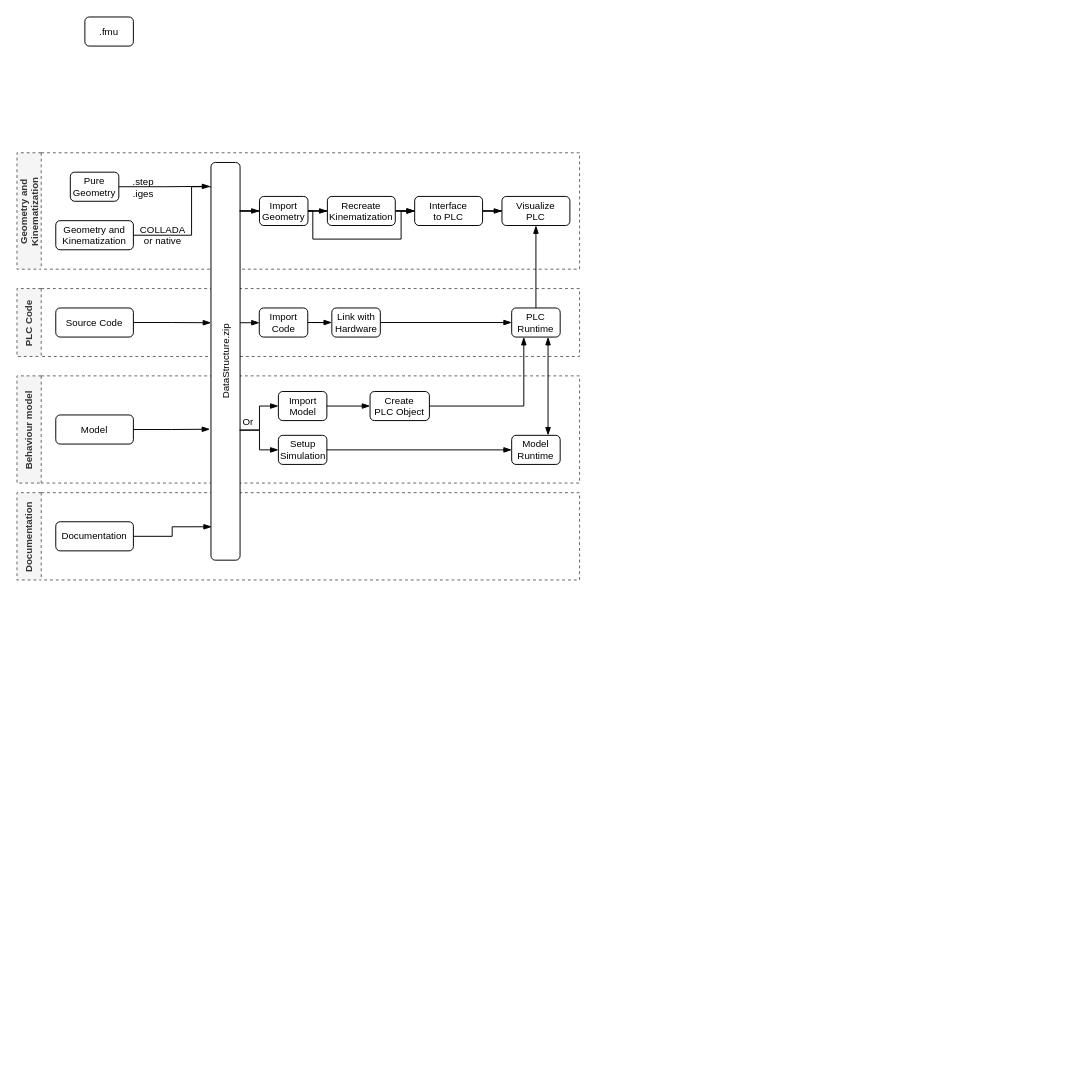
The draw.io diagram page "GeneralWorkflow" (4 of 7) of 0_Master Thesis/Bilder.drawio in gd8213/MasterThesis, before the edit. Source tidied: cells renumbered, new cells numbered last; positions are measured from the earlier drawing's top-left corner, leaving out a move shared by most shapes. Both pictures are drawn from the tidied source at 97%, with x=0, y=0 at pixel (16, 16).
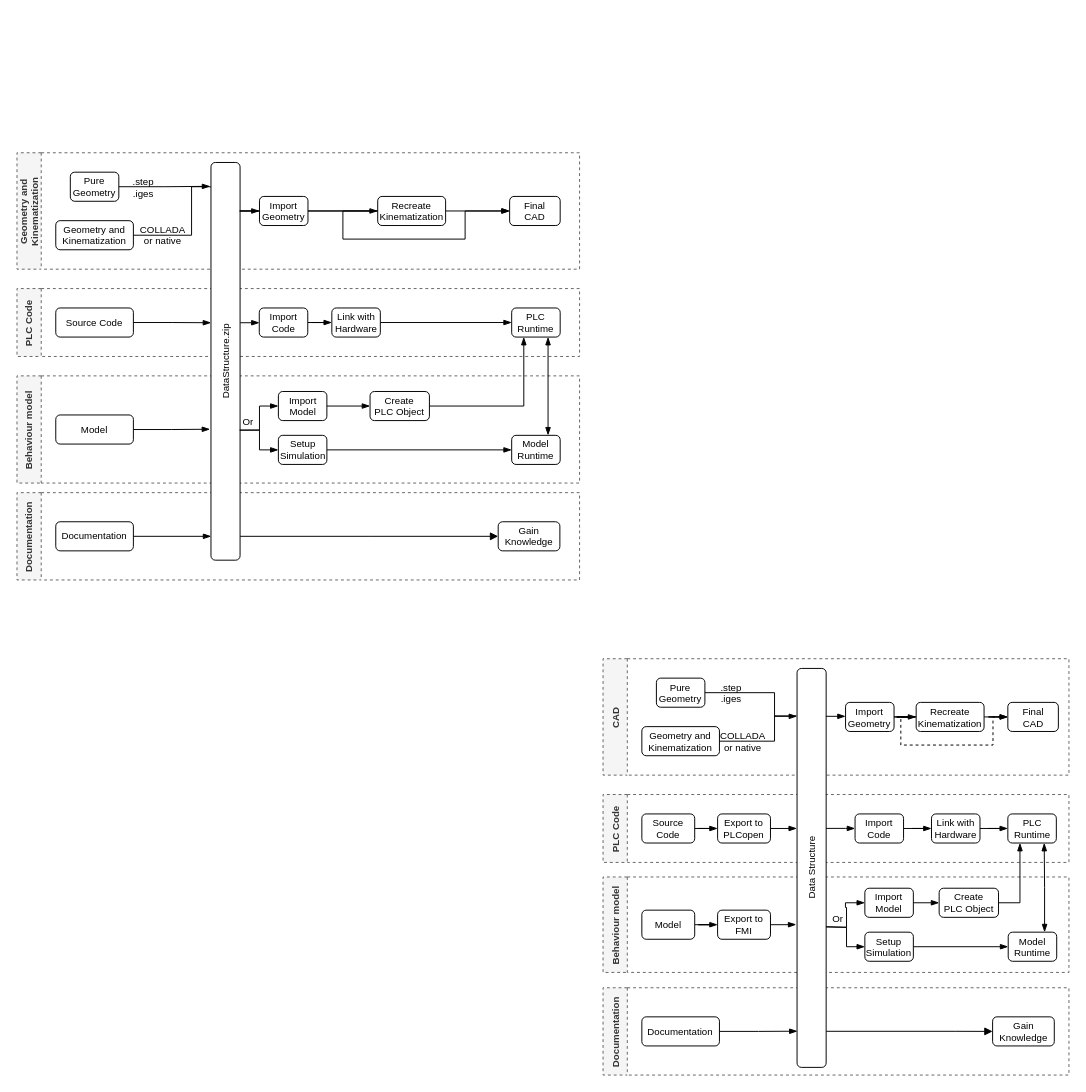
The same page after the edit.

The change refers to these unchanged cells:
```xml
<mxCell id="3" value="Geometry and&#10;Kinematization" style="swimlane;horizontal=0;fontSize=10;strokeColor=#666666;startSize=25;fillColor=#f5f5f5;fontColor=#333333;dashed=1;" parent="1" vertex="1">
  <mxGeometry y="140" width="580" height="120" as="geometry" />
</mxCell>
<mxCell id="8" value="Import&lt;br&gt;Geometry" style="rounded=1;whiteSpace=wrap;html=1;fontSize=10;" parent="3" vertex="1">
  <mxGeometry x="250" y="45" width="50" height="30" as="geometry" />
</mxCell>
<mxCell id="20" value="PLC&lt;br&gt;Runtime" style="rounded=1;whiteSpace=wrap;html=1;fontSize=10;" parent="14" vertex="1">
  <mxGeometry x="510" y="20" width="50" height="30" as="geometry" />
</mxCell>
<mxCell id="27" value="Documentation" style="swimlane;horizontal=0;fontSize=10;strokeColor=#666666;startSize=25;fillColor=#f5f5f5;fontColor=#333333;dashed=1;" parent="1" vertex="1">
  <mxGeometry y="490.4" width="580" height="90" as="geometry" />
</mxCell>
<mxCell id="28" value="Documentation" style="rounded=1;whiteSpace=wrap;html=1;fontSize=10;" parent="27" vertex="1">
  <mxGeometry x="40" y="30" width="80" height="30" as="geometry" />
</mxCell>
<mxCell id="34" value="&lt;div&gt;&lt;span&gt;DataStructure.zip&lt;/span&gt;&lt;/div&gt;" style="rounded=1;whiteSpace=wrap;html=1;fontSize=10;strokeColor=#000000;align=center;horizontal=0;" parent="1" vertex="1">
  <mxGeometry x="200" y="150" width="30" height="410" as="geometry" />
</mxCell>
```

What changed in the source:
```diff
@@
-    <mxCell id="2" value=".fmu" style="rounded=1;whiteSpace=wrap;html=1;fontSize=10;" parent="1" vertex="1">
-      <mxGeometry x="70" width="50" height="30" as="geometry" />
-    </mxCell>
@@
-    <mxCell id="7" style="edgeStyle=orthogonalEdgeStyle;rounded=0;jettySize=auto;html=1;entryX=0;entryY=0.5;entryDx=0;entryDy=0;labelBackgroundColor=none;fontSize=10;startArrow=none;startFill=0;endArrow=blockThin;endFill=1;" parent="3" edge="1" source="8" target="12">
+    <mxCell id="7" style="edgeStyle=orthogonalEdgeStyle;rounded=0;jettySize=auto;html=1;entryX=0;entryY=0.5;entryDx=0;entryDy=0;labelBackgroundColor=none;fontSize=10;startArrow=none;startFill=0;endArrow=blockThin;endFill=1;" parent="3" edge="1" source="10" target="12">
       <mxGeometry relative="1" as="geometry">
         <Array as="points">
-          <mxPoint x="305" y="60" />
-          <mxPoint x="305" y="89" />
-          <mxPoint x="396" y="89" />
-          <mxPoint x="396" y="60" />
+          <mxPoint x="336" y="60" />
+          <mxPoint x="336" y="89" />
+          <mxPoint x="462" y="89" />
+          <mxPoint x="462" y="60" />
         </Array>
       </mxGeometry>
     </mxCell>
@@
+    <mxCell id="12" value="Final&lt;br&gt;CAD" style="rounded=1;whiteSpace=wrap;html=1;fontSize=10;" parent="3" vertex="1">
+      <mxGeometry x="507.9" y="45" width="52.1" height="30" as="geometry" />
+    </mxCell>
     <mxCell id="10" value="Recreate&lt;br&gt;Kinematization" style="rounded=1;whiteSpace=wrap;html=1;fontSize=10;" parent="3" vertex="1">
-      <mxGeometry x="320" y="45" width="70" height="30" as="geometry" />
+      <mxGeometry x="371.9" y="45" width="70" height="30" as="geometry" />
     </mxCell>
-    <mxCell id="11" style="edgeStyle=orthogonalEdgeStyle;rounded=0;jettySize=auto;html=1;entryX=0;entryY=0.5;entryDx=0;entryDy=0;labelBackgroundColor=none;fontSize=10;startArrow=none;startFill=0;endArrow=blockThin;endFill=1;" parent="3" edge="1" source="12" target="13">
-      <mxGeometry relative="1" as="geometry" />
-    </mxCell>
-    <mxCell id="12" value="Interface&lt;br&gt;to PLC" style="rounded=1;whiteSpace=wrap;html=1;fontSize=10;" parent="3" vertex="1">
-      <mxGeometry x="410" y="45" width="70" height="30" as="geometry" />
-    </mxCell>
-    <mxCell id="13" value="Visualize&lt;br&gt;PLC" style="rounded=1;whiteSpace=wrap;html=1;fontSize=10;" parent="3" vertex="1">
-      <mxGeometry x="500" y="45" width="70" height="30" as="geometry" />
-    </mxCell>
+    <mxCell id="45" style="edgeStyle=orthogonalEdgeStyle;rounded=0;jettySize=auto;html=1;entryX=0;entryY=0.5;entryDx=0;entryDy=0;labelBackgroundColor=none;fontSize=10;startArrow=none;startFill=0;endArrow=none;endFill=1;" parent="3" edge="1" source="8" target="10">
+      <mxGeometry relative="1" as="geometry" />
+    </mxCell>
@@
+    <mxCell id="46" value="Gain&lt;br&gt;Knowledge" style="rounded=1;whiteSpace=wrap;html=1;fontSize=10;" parent="27" vertex="1">
+      <mxGeometry x="496.1" y="30" width="63.6" height="30" as="geometry" />
+    </mxCell>
@@
-    <mxCell id="32" style="edgeStyle=orthogonalEdgeStyle;rounded=0;jettySize=auto;html=1;labelBackgroundColor=none;fontSize=10;startArrow=none;startFill=0;endArrow=blockThin;endFill=1;entryX=0.025;entryY=0.916;entryDx=0;entryDy=0;entryPerimeter=0;" parent="1" edge="1" source="28" target="34">
+    <mxCell id="32" style="edgeStyle=orthogonalEdgeStyle;rounded=0;jettySize=auto;html=1;labelBackgroundColor=none;fontSize=10;startArrow=none;startFill=0;endArrow=blockThin;endFill=1;entryX=0.007;entryY=0.94;entryDx=0;entryDy=0;entryPerimeter=0;" parent="1" edge="1" source="28" target="34">
       <mxGeometry relative="1" as="geometry" />
     </mxCell>
@@
+    <mxCell id="47" style="edgeStyle=orthogonalEdgeStyle;rounded=0;jettySize=auto;html=1;entryX=0;entryY=0.5;entryDx=0;entryDy=0;fontSize=9;endArrow=block;endFill=1;elbow=vertical;" parent="1" edge="1" source="34" target="46">
+      <mxGeometry relative="1" as="geometry">
+        <Array as="points">
+          <mxPoint x="363" y="535" />
+        </Array>
+      </mxGeometry>
+    </mxCell>
@@
-    <mxCell id="37" style="edgeStyle=orthogonalEdgeStyle;rounded=0;jettySize=auto;html=1;entryX=0.5;entryY=1;entryDx=0;entryDy=0;labelBackgroundColor=none;fontSize=10;startArrow=none;startFill=0;endArrow=blockThin;endFill=1;" parent="1" edge="1" source="20" target="13">
-      <mxGeometry relative="1" as="geometry" />
-    </mxCell>
@@
+    <mxCell id="48" value="CAD" style="swimlane;horizontal=0;fontSize=10;strokeColor=#666666;startSize=25;fillColor=#f5f5f5;fontColor=#333333;dashed=1;" parent="1" vertex="1">
+      <mxGeometry x="604.2" y="661.6" width="480.3" height="120" as="geometry" />
+    </mxCell>
+    <mxCell id="49" value="Pure Geometry" style="rounded=1;whiteSpace=wrap;html=1;fontSize=10;" parent="48" vertex="1">
+      <mxGeometry x="55" y="20" width="50" height="30" as="geometry" />
+    </mxCell>
+    <mxCell id="50" value="Geometry and Kinematization" style="rounded=1;whiteSpace=wrap;html=1;fontSize=10;" parent="48" vertex="1">
+      <mxGeometry x="40" y="70" width="80" height="30" as="geometry" />
+    </mxCell>
+    <mxCell id="51" style="edgeStyle=orthogonalEdgeStyle;rounded=0;jettySize=auto;html=1;entryX=0;entryY=0.5;entryDx=0;entryDy=0;labelBackgroundColor=none;fontSize=10;startArrow=none;startFill=0;endArrow=blockThin;endFill=1;" parent="48" edge="1" source="53" target="56">
+      <mxGeometry relative="1" as="geometry" />
+    </mxCell>
+    <mxCell id="52" style="edgeStyle=orthogonalEdgeStyle;rounded=0;jettySize=auto;html=1;entryX=0;entryY=0.5;entryDx=0;entryDy=0;labelBackgroundColor=none;fontSize=10;startArrow=none;startFill=0;endArrow=blockThin;endFill=1;dashed=1;" parent="48" edge="1" source="56" target="55">
+      <mxGeometry relative="1" as="geometry">
+        <Array as="points">
+          <mxPoint x="307" y="60" />
+          <mxPoint x="307" y="89" />
+          <mxPoint x="402" y="89" />
+          <mxPoint x="402" y="60" />
+        </Array>
+      </mxGeometry>
+    </mxCell>
+    <mxCell id="53" value="Import&lt;br&gt;Geometry" style="rounded=1;whiteSpace=wrap;html=1;fontSize=10;" parent="48" vertex="1">
+      <mxGeometry x="250" y="45" width="50" height="30" as="geometry" />
+    </mxCell>
+    <mxCell id="54" style="edgeStyle=orthogonalEdgeStyle;rounded=0;jettySize=auto;html=1;entryX=0;entryY=0.5;entryDx=0;entryDy=0;labelBackgroundColor=none;fontSize=10;startArrow=none;startFill=0;endArrow=blockThin;endFill=1;" parent="48" edge="1" source="56" target="55">
+      <mxGeometry relative="1" as="geometry" />
+    </mxCell>
+    <mxCell id="55" value="Final&lt;br&gt;CAD" style="rounded=1;whiteSpace=wrap;html=1;fontSize=10;" parent="48" vertex="1">
+      <mxGeometry x="417.3" y="45" width="52.1" height="30" as="geometry" />
+    </mxCell>
+    <mxCell id="56" value="Recreate&lt;br&gt;Kinematization" style="rounded=1;whiteSpace=wrap;html=1;fontSize=10;" parent="48" vertex="1">
+      <mxGeometry x="322.8" y="45" width="70" height="30" as="geometry" />
+    </mxCell>
+    <mxCell id="57" style="edgeStyle=orthogonalEdgeStyle;rounded=0;jettySize=auto;html=1;entryX=0;entryY=0.5;entryDx=0;entryDy=0;labelBackgroundColor=none;fontSize=10;startArrow=none;startFill=0;endArrow=none;endFill=1;" parent="48" edge="1" source="53" target="56">
+      <mxGeometry relative="1" as="geometry" />
+    </mxCell>
+    <mxCell id="58" value="PLC Code" style="swimlane;horizontal=0;fontSize=10;strokeColor=#666666;startSize=25;fillColor=#f5f5f5;fontColor=#333333;dashed=1;" parent="1" vertex="1">
+      <mxGeometry x="604.2" y="801.6" width="480.3" height="70" as="geometry" />
+    </mxCell>
+    <mxCell id="59" value="Source&lt;br&gt;Code" style="rounded=1;whiteSpace=wrap;html=1;fontSize=10;" parent="58" vertex="1">
+      <mxGeometry x="40" y="20" width="54.5" height="30" as="geometry" />
+    </mxCell>
+    <mxCell id="60" style="edgeStyle=orthogonalEdgeStyle;rounded=0;jettySize=auto;html=1;entryX=0;entryY=0.5;entryDx=0;entryDy=0;labelBackgroundColor=none;fontSize=10;startArrow=none;startFill=0;endArrow=blockThin;endFill=1;" parent="58" edge="1" source="61" target="63">
+      <mxGeometry relative="1" as="geometry" />
+    </mxCell>
+    <mxCell id="61" value="Import&lt;br&gt;Code" style="rounded=1;whiteSpace=wrap;html=1;fontSize=10;" parent="58" vertex="1">
+      <mxGeometry x="259.8" y="20" width="50" height="30" as="geometry" />
+    </mxCell>
+    <mxCell id="62" style="edgeStyle=orthogonalEdgeStyle;rounded=0;jettySize=auto;html=1;entryX=0;entryY=0.5;entryDx=0;entryDy=0;labelBackgroundColor=none;fontSize=10;startArrow=none;startFill=0;endArrow=blockThin;endFill=1;" parent="58" edge="1" source="63" target="64">
+      <mxGeometry relative="1" as="geometry" />
+    </mxCell>
+    <mxCell id="63" value="Link with Hardware" style="rounded=1;whiteSpace=wrap;html=1;fontSize=10;" parent="58" vertex="1">
+      <mxGeometry x="338.6" y="20" width="50" height="30" as="geometry" />
+    </mxCell>
+    <mxCell id="64" value="PLC&lt;br&gt;Runtime" style="rounded=1;whiteSpace=wrap;html=1;fontSize=10;" parent="58" vertex="1">
+      <mxGeometry x="417.3" y="20" width="50" height="30" as="geometry" />
+    </mxCell>
+    <mxCell id="65" value="Export to&lt;br&gt;PLCopen" style="rounded=1;whiteSpace=wrap;html=1;fontSize=10;" parent="58" vertex="1">
+      <mxGeometry x="118.1" y="20" width="54.5" height="30" as="geometry" />
+    </mxCell>
+    <mxCell id="66" style="edgeStyle=orthogonalEdgeStyle;rounded=0;jettySize=auto;html=1;entryX=0;entryY=0.5;entryDx=0;entryDy=0;labelBackgroundColor=none;fontSize=10;startArrow=none;startFill=0;endArrow=blockThin;endFill=1;" parent="58" edge="1" source="59" target="65">
+      <mxGeometry relative="1" as="geometry" />
+    </mxCell>
+    <mxCell id="67" value="Behaviour model" style="swimlane;horizontal=0;fontSize=10;strokeColor=#666666;startSize=25;fillColor=#f5f5f5;fontColor=#333333;dashed=1;" parent="1" vertex="1">
+      <mxGeometry x="604.2" y="886.6" width="480.3" height="98.4" as="geometry" />
+    </mxCell>
+    <mxCell id="68" style="edgeStyle=orthogonalEdgeStyle;rounded=0;jettySize=auto;html=1;entryX=0;entryY=0.5;entryDx=0;entryDy=0;endArrow=blockThin;endFill=1;" parent="67" edge="1" source="69" target="76">
+      <mxGeometry relative="1" as="geometry" />
+    </mxCell>
+    <mxCell id="69" value="Model" style="rounded=1;whiteSpace=wrap;html=1;fontSize=10;" parent="67" vertex="1">
+      <mxGeometry x="40" y="34.2" width="54.5" height="30" as="geometry" />
+    </mxCell>
+    <mxCell id="70" value="Import&lt;br&gt;Model" style="rounded=1;whiteSpace=wrap;html=1;fontSize=10;" parent="67" vertex="1">
+      <mxGeometry x="269.9" y="11.6" width="50" height="30" as="geometry" />
+    </mxCell>
+    <mxCell id="71" value="Setup&lt;br&gt;Simulation" style="rounded=1;whiteSpace=wrap;html=1;fontSize=10;" parent="67" vertex="1">
+      <mxGeometry x="269.9" y="56.9" width="50" height="30" as="geometry" />
+    </mxCell>
+    <mxCell id="72" value="Create&lt;br&gt;PLC Object" style="rounded=1;whiteSpace=wrap;html=1;fontSize=10;" parent="67" vertex="1">
+      <mxGeometry x="346.5" y="11.6" width="61.2" height="30" as="geometry" />
+    </mxCell>
+    <mxCell id="73" style="edgeStyle=orthogonalEdgeStyle;rounded=0;jettySize=auto;html=1;labelBackgroundColor=none;fontSize=10;startArrow=none;startFill=0;endArrow=blockThin;endFill=1;exitX=1;exitY=0.5;exitDx=0;exitDy=0;entryX=0;entryY=0.5;entryDx=0;entryDy=0;" parent="67" edge="1" source="70" target="72">
+      <mxGeometry relative="1" as="geometry" />
+    </mxCell>
+    <mxCell id="74" value="Model&lt;br&gt;Runtime" style="rounded=1;whiteSpace=wrap;html=1;fontSize=10;" parent="67" vertex="1">
+      <mxGeometry x="417.7" y="56.9" width="50" height="30" as="geometry" />
+    </mxCell>
+    <mxCell id="75" style="edgeStyle=orthogonalEdgeStyle;rounded=0;jettySize=auto;html=1;entryX=0;entryY=0.5;entryDx=0;entryDy=0;labelBackgroundColor=none;fontSize=10;startArrow=none;startFill=0;endArrow=blockThin;endFill=1;" parent="67" edge="1" source="71" target="74">
+      <mxGeometry relative="1" as="geometry" />
+    </mxCell>
+    <mxCell id="76" value="Export to&lt;br&gt;FMI" style="rounded=1;whiteSpace=wrap;html=1;fontSize=10;" parent="67" vertex="1">
+      <mxGeometry x="118.1" y="34.2" width="54.5" height="30" as="geometry" />
+    </mxCell>
+    <mxCell id="77" value="Documentation" style="swimlane;horizontal=0;fontSize=10;strokeColor=#666666;startSize=25;fillColor=#f5f5f5;fontColor=#333333;dashed=1;" parent="1" vertex="1">
+      <mxGeometry x="604.2" y="1000.8" width="480.3" height="90" as="geometry" />
+    </mxCell>
+    <mxCell id="78" value="Documentation" style="rounded=1;whiteSpace=wrap;html=1;fontSize=10;" parent="77" vertex="1">
+      <mxGeometry x="40" y="30" width="80" height="30" as="geometry" />
+    </mxCell>
+    <mxCell id="79" value="Gain&lt;br&gt;Knowledge" style="rounded=1;whiteSpace=wrap;html=1;fontSize=10;" parent="77" vertex="1">
+      <mxGeometry x="401.6" y="30" width="63.6" height="30" as="geometry" />
+    </mxCell>
+    <mxCell id="80" style="edgeStyle=orthogonalEdgeStyle;rounded=0;jettySize=auto;html=1;entryX=-0.002;entryY=0.12;entryDx=0;entryDy=0;labelBackgroundColor=none;fontSize=10;startArrow=none;startFill=0;endArrow=blockThin;endFill=1;entryPerimeter=0;" parent="1" edge="1" source="49" target="85">
+      <mxGeometry relative="1" as="geometry">
+        <Array as="points">
+          <mxPoint x="781" y="697" />
+          <mxPoint x="781" y="721" />
+        </Array>
+      </mxGeometry>
+    </mxCell>
+    <mxCell id="81" value=".step&lt;br&gt;.iges" style="edgeLabel;html=1;align=center;verticalAlign=middle;fontSize=10;labelBackgroundColor=none;" parent="80" vertex="1">
+      <mxGeometry x="-0.84" y="1" relative="1" as="geometry">
+        <mxPoint x="16" y="1" as="offset" />
+      </mxGeometry>
+    </mxCell>
+    <mxCell id="82" value="COLLADA&lt;br&gt;or native" style="edgeStyle=orthogonalEdgeStyle;rounded=0;jettySize=auto;html=1;entryX=-0.017;entryY=0.119;entryDx=0;entryDy=0;labelBackgroundColor=none;fontSize=10;startArrow=none;startFill=0;endArrow=none;endFill=0;exitX=1;exitY=0.5;exitDx=0;exitDy=0;align=center;entryPerimeter=0;" parent="1" edge="1" source="50" target="85">
+      <mxGeometry x="-0.54" relative="1" as="geometry">
+        <Array as="points">
+          <mxPoint x="781" y="747" />
+          <mxPoint x="781" y="721" />
+          <mxPoint x="804" y="721" />
+        </Array>
+      </mxGeometry>
+    </mxCell>
+    <mxCell id="83" style="edgeStyle=orthogonalEdgeStyle;rounded=0;jettySize=auto;html=1;labelBackgroundColor=none;fontSize=10;startArrow=none;startFill=0;endArrow=blockThin;endFill=1;entryX=0.014;entryY=0.919;entryDx=0;entryDy=0;entryPerimeter=0;" parent="1" edge="1" source="78">
+      <mxGeometry relative="1" as="geometry">
+        <mxPoint x="804.6" y="1045.6" as="targetPoint" />
+      </mxGeometry>
+    </mxCell>
+    <mxCell id="84" style="edgeStyle=orthogonalEdgeStyle;rounded=0;jettySize=auto;html=1;entryX=0;entryY=0.5;entryDx=0;entryDy=0;fontSize=9;endArrow=block;endFill=1;elbow=vertical;" parent="1" edge="1" target="79">
+      <mxGeometry relative="1" as="geometry">
+        <mxPoint x="834.2" y="1045.7" as="sourcePoint" />
+        <Array as="points">
+          <mxPoint x="967.2" y="1045.4" />
+        </Array>
+      </mxGeometry>
+    </mxCell>
+    <mxCell id="85" value="&lt;div&gt;&lt;span&gt;Data Structure&lt;/span&gt;&lt;/div&gt;" style="rounded=1;whiteSpace=wrap;html=1;fontSize=10;strokeColor=#000000;align=center;horizontal=0;" parent="1" vertex="1">
+      <mxGeometry x="804.2" y="671.6" width="30" height="411.3" as="geometry" />
+    </mxCell>
+    <mxCell id="86" style="edgeStyle=orthogonalEdgeStyle;rounded=0;jettySize=auto;html=1;labelBackgroundColor=none;fontSize=10;startArrow=none;startFill=0;endArrow=blockThin;endFill=1;exitX=0.991;exitY=0.12;exitDx=0;exitDy=0;exitPerimeter=0;" parent="1" edge="1" source="85" target="53">
+      <mxGeometry relative="1" as="geometry" />
+    </mxCell>
+    <mxCell id="87" style="edgeStyle=orthogonalEdgeStyle;rounded=0;jettySize=auto;html=1;labelBackgroundColor=none;fontSize=10;startArrow=none;startFill=0;endArrow=blockThin;endFill=1;exitX=0.995;exitY=0.401;exitDx=0;exitDy=0;exitPerimeter=0;" parent="1" edge="1" source="85" target="61">
+      <mxGeometry relative="1" as="geometry" />
+    </mxCell>
+    <mxCell id="88" style="edgeStyle=orthogonalEdgeStyle;rounded=0;jettySize=auto;html=1;labelBackgroundColor=none;fontSize=10;startArrow=none;startFill=0;endArrow=blockThin;endFill=1;exitX=0.989;exitY=0.673;exitDx=0;exitDy=0;exitPerimeter=0;entryX=0;entryY=0.5;entryDx=0;entryDy=0;" parent="1" edge="1" target="71">
+      <mxGeometry relative="1" as="geometry">
+        <mxPoint x="834.2" y="938" as="sourcePoint" />
+      </mxGeometry>
+    </mxCell>
+    <mxCell id="89" value="Or" style="edgeStyle=orthogonalEdgeStyle;rounded=0;jettySize=auto;html=1;labelBackgroundColor=none;fontSize=10;startArrow=none;startFill=0;endArrow=blockThin;endFill=1;exitX=0.987;exitY=0.673;exitDx=0;exitDy=0;exitPerimeter=0;verticalAlign=bottom;entryX=0;entryY=0.5;entryDx=0;entryDy=0;" parent="1" edge="1" target="70">
+      <mxGeometry x="-0.65" y="-1" relative="1" as="geometry">
+        <mxPoint x="834.2" y="938" as="sourcePoint" />
+      </mxGeometry>
+    </mxCell>
+    <mxCell id="90" style="edgeStyle=orthogonalEdgeStyle;rounded=0;jettySize=auto;html=1;entryX=0.75;entryY=1;entryDx=0;entryDy=0;labelBackgroundColor=none;fontSize=10;startArrow=blockThin;startFill=1;endArrow=blockThin;endFill=1;exitX=0.75;exitY=0;exitDx=0;exitDy=0;" parent="1" edge="1" source="74" target="64">
+      <mxGeometry relative="1" as="geometry" />
+    </mxCell>
+    <mxCell id="91" style="edgeStyle=orthogonalEdgeStyle;rounded=0;jettySize=auto;html=1;entryX=0.25;entryY=1;entryDx=0;entryDy=0;labelBackgroundColor=none;fontSize=10;startArrow=none;startFill=0;endArrow=blockThin;endFill=1;" parent="1" edge="1" source="72" target="64">
+      <mxGeometry relative="1" as="geometry" />
+    </mxCell>
+    <mxCell id="92" style="edgeStyle=orthogonalEdgeStyle;rounded=0;jettySize=auto;html=1;endArrow=blockThin;endFill=1;entryX=-0.008;entryY=0.401;entryDx=0;entryDy=0;entryPerimeter=0;" parent="1" edge="1" source="65" target="85">
+      <mxGeometry relative="1" as="geometry" />
+    </mxCell>
+    <mxCell id="93" style="edgeStyle=orthogonalEdgeStyle;rounded=0;jettySize=auto;html=1;entryX=-0.028;entryY=0.642;entryDx=0;entryDy=0;entryPerimeter=0;endArrow=blockThin;endFill=1;" parent="1" edge="1" source="76" target="85">
+      <mxGeometry relative="1" as="geometry" />
+    </mxCell>
```
